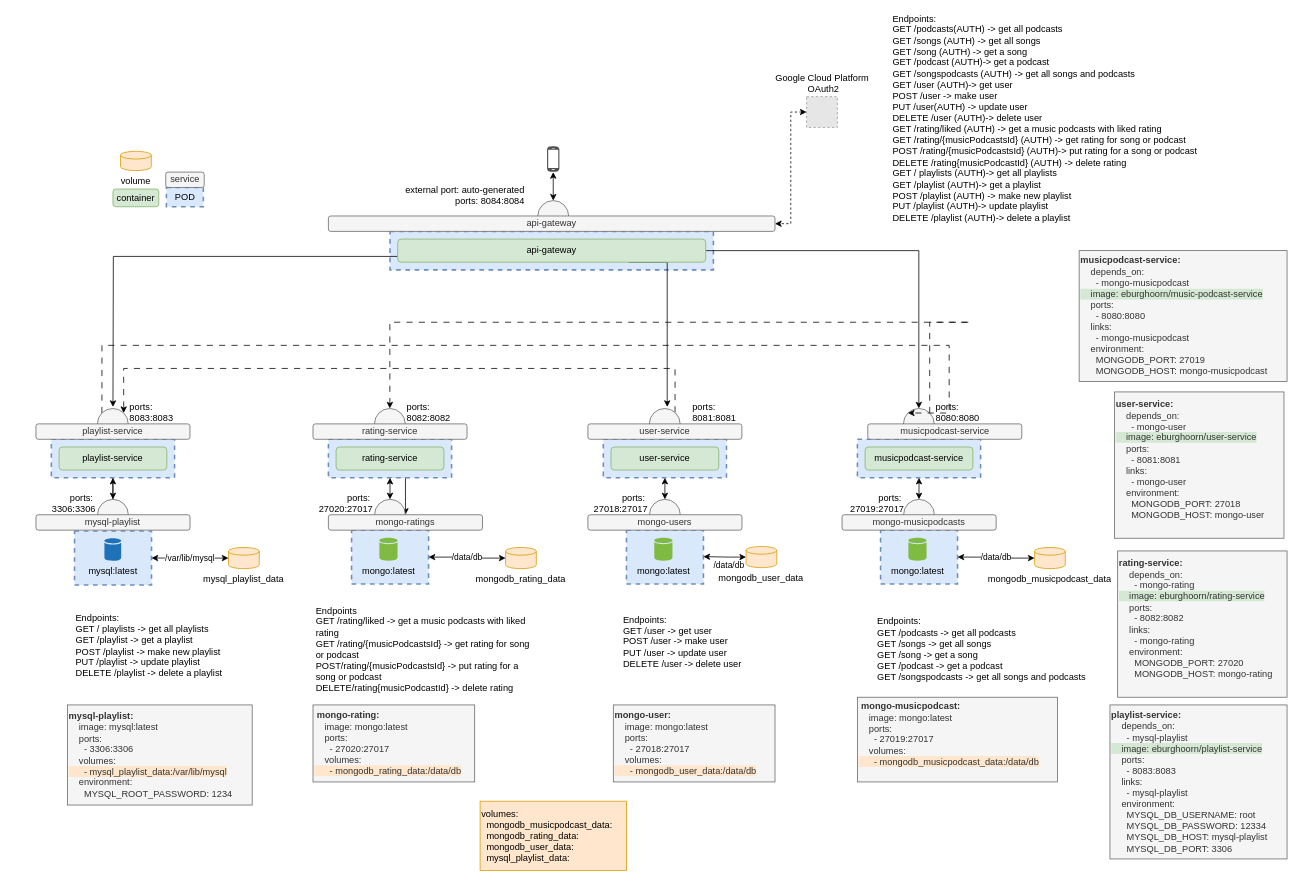
This is muziekservice.drawio from EvaBurghoorn/ProjectEDE_muziekservice, a draw.io file, before an edit. Source tidied: cells renumbered, new cells numbered last; positions are measured from the earlier drawing's top-left corner, leaving out a move shared by most shapes. Both pictures are drawn from the tidied source at 77%, with x=0, y=0 at pixel (13, 29). Pictures stored in the file or linked from it are replaced by grey dashed boxes.
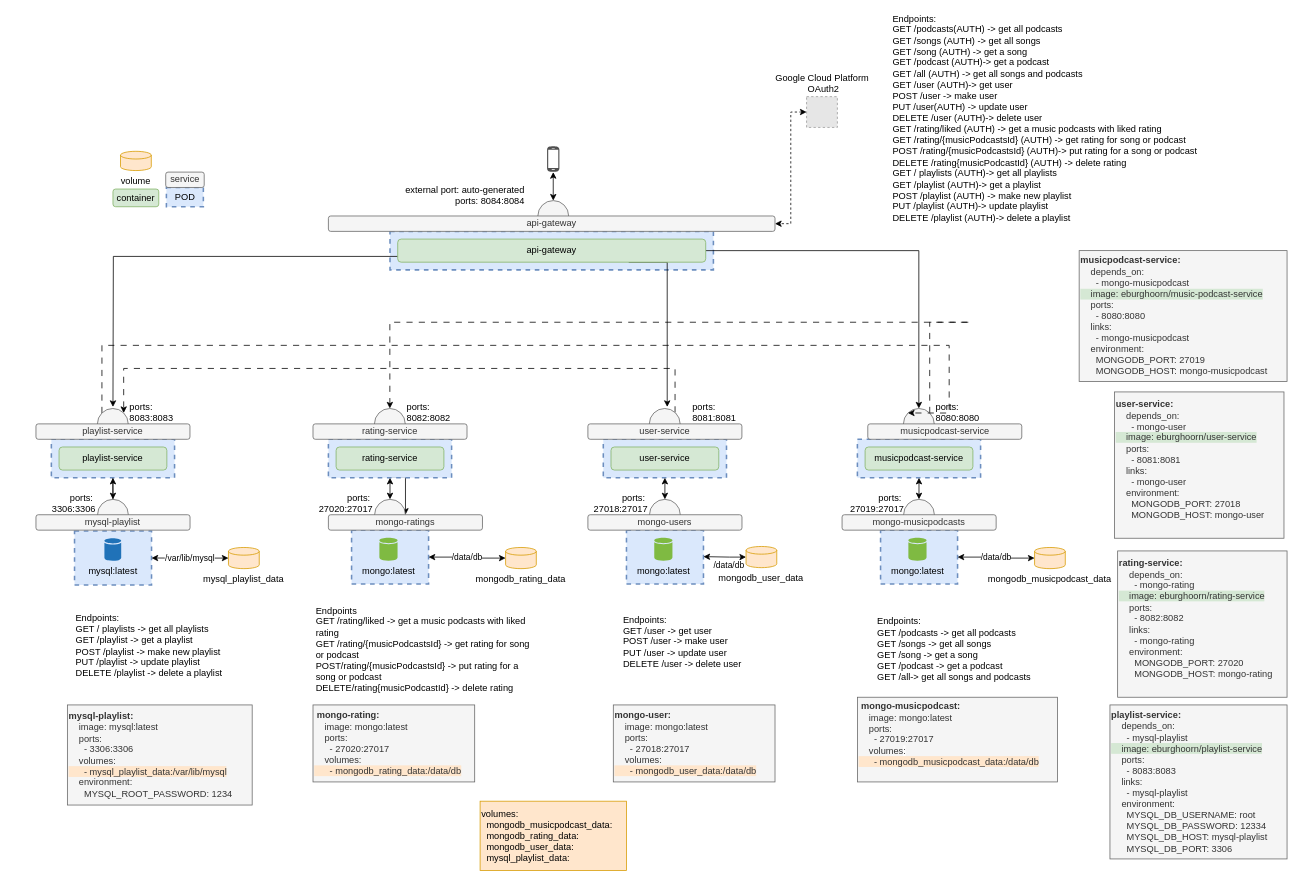
After the change.

The edit, as a diff of the source:
```diff
@@
-    <mxCell id="72" value="Endpoints:&lt;br&gt;GET /podcasts(AUTH) -&amp;gt; get all podcasts&lt;br style=&quot;border-color: var(--border-color);&quot;&gt;GET /songs (AUTH)&amp;nbsp;-&amp;gt; get all songs&lt;br style=&quot;border-color: var(--border-color);&quot;&gt;GET /song (AUTH)&amp;nbsp;-&amp;gt; get a song&lt;br style=&quot;border-color: var(--border-color);&quot;&gt;GET /podcast (AUTH)-&amp;gt; get a podcast&lt;br style=&quot;border-color: var(--border-color);&quot;&gt;GET /songspodcasts (AUTH)&amp;nbsp;-&amp;gt; get all songs and podcasts&lt;br&gt;GET /user (AUTH)-&amp;gt; get user&lt;br style=&quot;border-color: var(--border-color);&quot;&gt;POST /user -&amp;gt; make user&lt;br style=&quot;border-color: var(--border-color);&quot;&gt;PUT /user(AUTH) -&amp;gt; update user&lt;br style=&quot;border-color: var(--border-color);&quot;&gt;DELETE /user (AUTH)-&amp;gt; delete user&lt;br&gt;GET /rating/liked (AUTH) -&amp;gt; get a music podcasts with liked rating&lt;br style=&quot;border-color: var(--border-color);&quot;&gt;GET /rating/{musicPodcastsId} (AUTH) -&amp;gt; get rating for song or podcast&lt;br style=&quot;border-color: var(--border-color);&quot;&gt;POST /rating/{musicPodcastsId} (AUTH)-&amp;gt; put rating for a song or podcast&lt;br style=&quot;border-color: var(--border-color);&quot;&gt;DELETE /rating{musicPodcastId} (AUTH)&amp;nbsp;-&amp;gt; delete rating&lt;br style=&quot;border-color: var(--border-color);&quot;&gt;GET / playlists (AUTH)-&amp;gt; get all playlists&lt;br style=&quot;border-color: var(--border-color);&quot;&gt;GET /playlist (AUTH)-&amp;gt; get a playlist&lt;br style=&quot;border-color: var(--border-color);&quot;&gt;POST /playlist (AUTH)&amp;nbsp;-&amp;gt; make new playlist&lt;br style=&quot;border-color: var(--border-color);&quot;&gt;PUT /playlist (AUTH)-&amp;gt; update playlist&lt;br style=&quot;border-color: var(--border-color);&quot;&gt;DELETE /playlist (AUTH)-&amp;gt; delete a playlist" style="text;html=1;strokeColor=none;fillColor=none;align=left;verticalAlign=middle;whiteSpace=wrap;rounded=0;" parent="1" vertex="1">
+    <mxCell id="72" value="Endpoints:&lt;br&gt;GET /podcasts(AUTH) -&amp;gt; get all podcasts&lt;br style=&quot;border-color: var(--border-color);&quot;&gt;GET /songs (AUTH)&amp;nbsp;-&amp;gt; get all songs&lt;br style=&quot;border-color: var(--border-color);&quot;&gt;GET /song (AUTH)&amp;nbsp;-&amp;gt; get a song&lt;br style=&quot;border-color: var(--border-color);&quot;&gt;GET /podcast (AUTH)-&amp;gt; get a podcast&lt;br style=&quot;border-color: var(--border-color);&quot;&gt;GET /all (AUTH)&amp;nbsp;-&amp;gt; get all songs and podcasts&lt;br&gt;GET /user (AUTH)-&amp;gt; get user&lt;br style=&quot;border-color: var(--border-color);&quot;&gt;POST /user -&amp;gt; make user&lt;br style=&quot;border-color: var(--border-color);&quot;&gt;PUT /user(AUTH) -&amp;gt; update user&lt;br style=&quot;border-color: var(--border-color);&quot;&gt;DELETE /user (AUTH)-&amp;gt; delete user&lt;br&gt;GET /rating/liked (AUTH) -&amp;gt; get a music podcasts with liked rating&lt;br style=&quot;border-color: var(--border-color);&quot;&gt;GET /rating/{musicPodcastsId} (AUTH) -&amp;gt; get rating for song or podcast&lt;br style=&quot;border-color: var(--border-color);&quot;&gt;POST /rating/{musicPodcastsId} (AUTH)-&amp;gt; put rating for a song or podcast&lt;br style=&quot;border-color: var(--border-color);&quot;&gt;DELETE /rating{musicPodcastId} (AUTH)&amp;nbsp;-&amp;gt; delete rating&lt;br style=&quot;border-color: var(--border-color);&quot;&gt;GET / playlists (AUTH)-&amp;gt; get all playlists&lt;br style=&quot;border-color: var(--border-color);&quot;&gt;GET /playlist (AUTH)-&amp;gt; get a playlist&lt;br style=&quot;border-color: var(--border-color);&quot;&gt;POST /playlist (AUTH)&amp;nbsp;-&amp;gt; make new playlist&lt;br style=&quot;border-color: var(--border-color);&quot;&gt;PUT /playlist (AUTH)-&amp;gt; update playlist&lt;br style=&quot;border-color: var(--border-color);&quot;&gt;DELETE /playlist (AUTH)-&amp;gt; delete a playlist" style="text;html=1;strokeColor=none;fillColor=none;align=left;verticalAlign=middle;whiteSpace=wrap;rounded=0;" parent="1" vertex="1">
       <mxGeometry x="1140" width="430" height="230" as="geometry" />
     </mxCell>
-    <mxCell id="73" value="Endpoints:&lt;br&gt;GET /podcasts -&amp;gt; get all podcasts&lt;br&gt;GET /songs -&amp;gt; get all songs&lt;br&gt;GET /song -&amp;gt; get a song&lt;br&gt;GET /podcast -&amp;gt; get a podcast&lt;br&gt;GET /songspodcasts -&amp;gt; get all songs and podcasts&lt;br&gt;" style="text;html=1;strokeColor=none;fillColor=none;align=left;verticalAlign=middle;whiteSpace=wrap;rounded=0;" parent="1" vertex="1">
+    <mxCell id="73" value="Endpoints:&lt;br&gt;GET /podcasts -&amp;gt; get all podcasts&lt;br&gt;GET /songs -&amp;gt; get all songs&lt;br&gt;GET /song -&amp;gt; get a song&lt;br&gt;GET /podcast -&amp;gt; get a podcast&lt;br&gt;GET /all-&amp;gt; get all songs and podcasts" style="text;html=1;strokeColor=none;fillColor=none;align=left;verticalAlign=middle;whiteSpace=wrap;rounded=0;" parent="1" vertex="1">
       <mxGeometry x="1120" y="760" width="290" height="90" as="geometry" />
     </mxCell>
```
